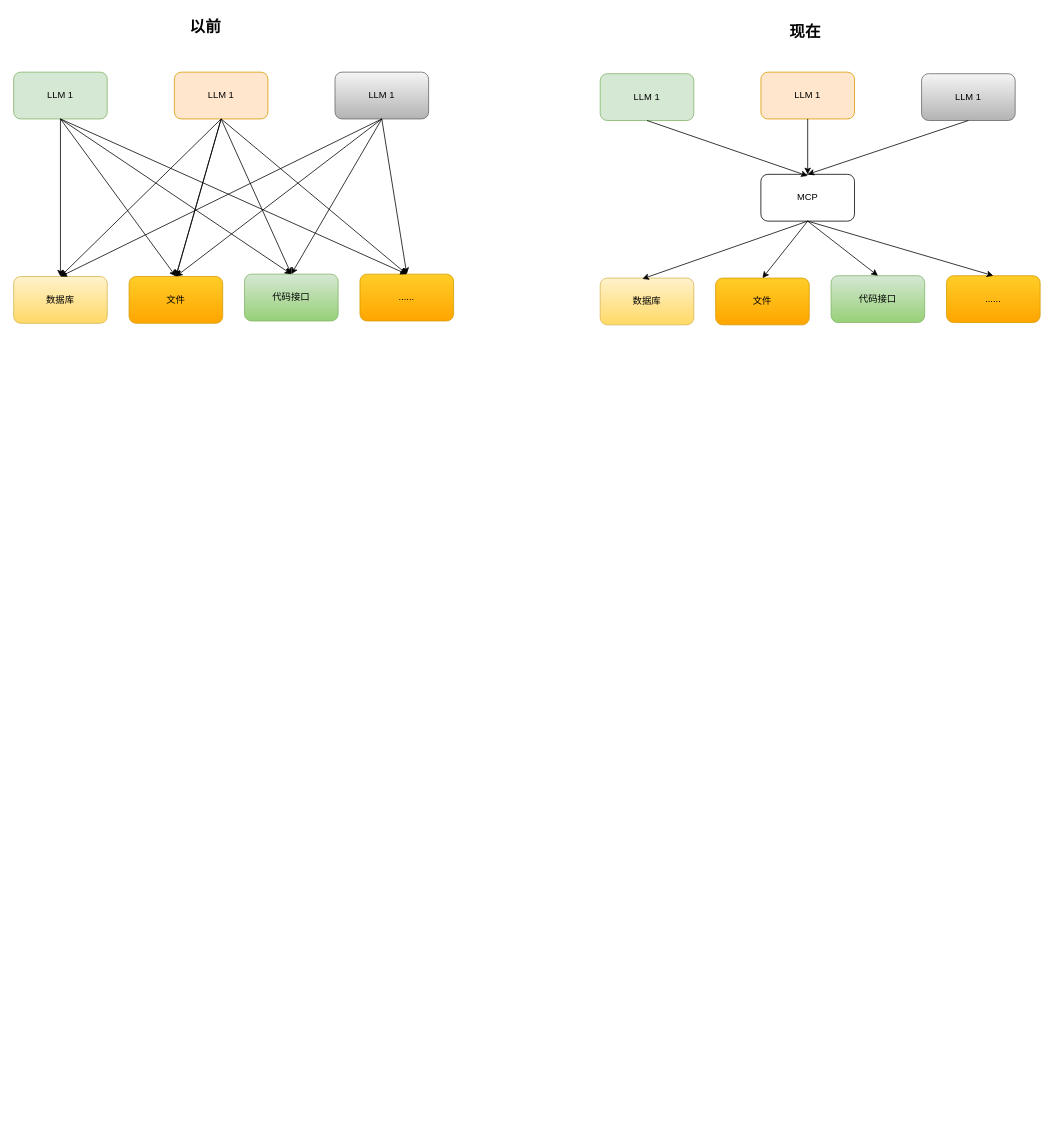
Before: blog/LLM.drawio in began-zhao/studydraw, a draw.io diagram. Source tidied: cells renumbered, new cells numbered last; positions are measured from the earlier drawing's top-left corner, leaving out a move shared by most shapes. Both pictures are drawn from the tidied source at 78%, with x=0, y=0 at pixel (13, 13).
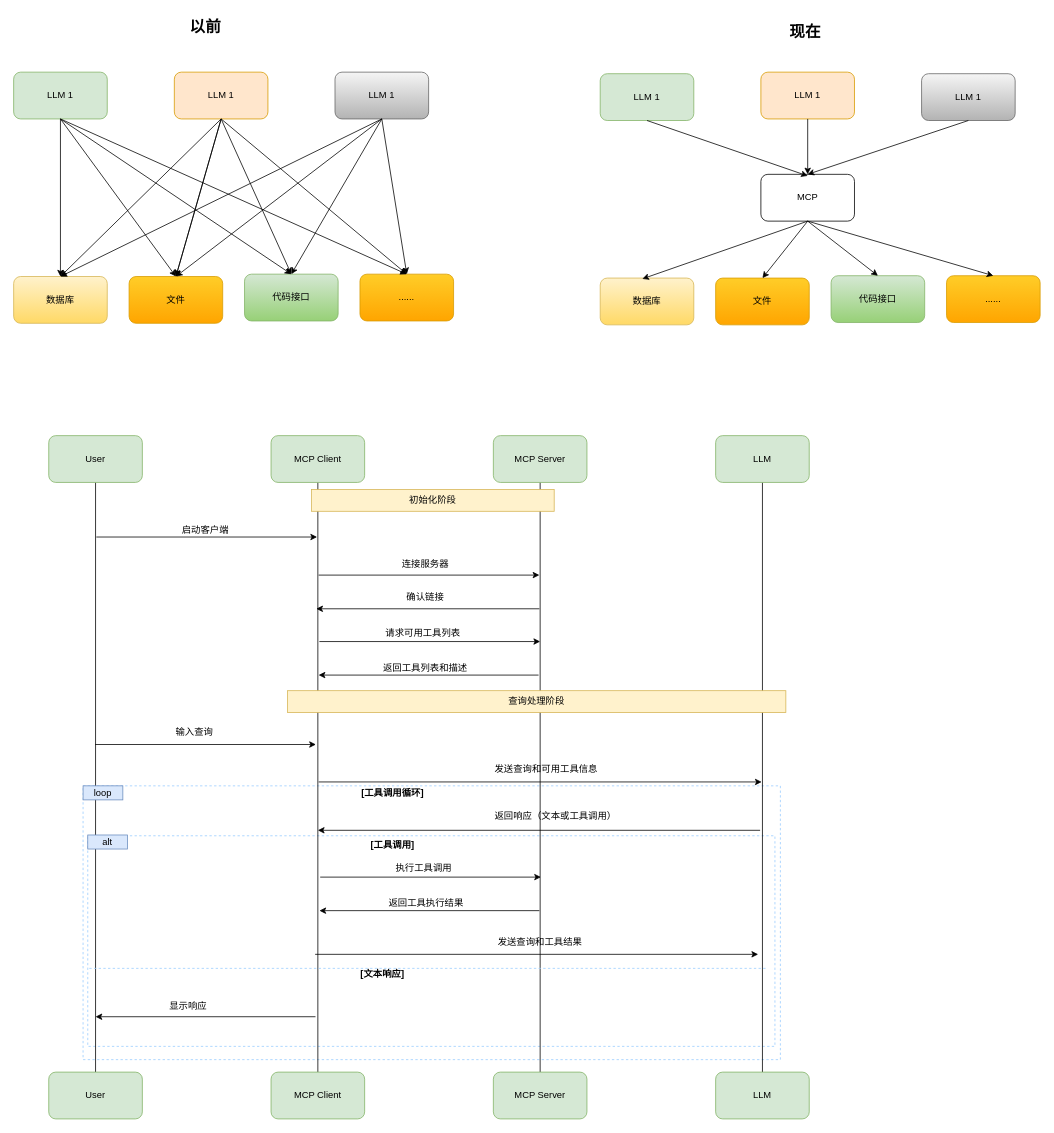
After the change.

What changed in the source:
```diff
@@
+    <mxCell id="39" style="rounded=0;whiteSpace=wrap;html=1;fillColor=none;dashed=1;strokeColor=#99CCFF;" parent="1" vertex="1">
+      <mxGeometry x="89" y="990" width="894" height="351" as="geometry" />
+    </mxCell>
+    <mxCell id="40" style="rounded=0;whiteSpace=wrap;html=1;fillColor=none;dashed=1;strokeColor=#99CCFF;" parent="1" vertex="1">
+      <mxGeometry x="95" y="1054" width="881" height="270" as="geometry" />
+    </mxCell>
@@
+    <mxCell id="41" style="rounded=0;jettySize=auto;html=1;exitX=0.5;exitY=1;exitDx=0;exitDy=0;entryX=0.5;entryY=0;entryDx=0;entryDy=0;endArrow=none;endFill=0;" parent="1" edge="1" source="42" target="49">
+      <mxGeometry relative="1" as="geometry" />
+    </mxCell>
+    <mxCell id="42" value="User" style="rounded=1;whiteSpace=wrap;html=1;fillColor=#d5e8d4;strokeColor=#82b366;" parent="1" vertex="1">
+      <mxGeometry x="45" y="541" width="120" height="60" as="geometry" />
+    </mxCell>
+    <mxCell id="43" style="edgeStyle=orthogonalEdgeStyle;rounded=0;jettySize=auto;html=1;endArrow=none;endFill=0;" parent="1" edge="1" source="44" target="50">
+      <mxGeometry relative="1" as="geometry" />
+    </mxCell>
+    <mxCell id="44" value="MCP Client" style="rounded=1;whiteSpace=wrap;html=1;fillColor=#d5e8d4;strokeColor=#82b366;" parent="1" vertex="1">
+      <mxGeometry x="330" y="541" width="120" height="60" as="geometry" />
+    </mxCell>
+    <mxCell id="45" style="edgeStyle=orthogonalEdgeStyle;rounded=0;jettySize=auto;html=1;endArrow=none;endFill=0;" parent="1" edge="1" source="46" target="51">
+      <mxGeometry relative="1" as="geometry" />
+    </mxCell>
+    <mxCell id="46" value="MCP Server" style="rounded=1;whiteSpace=wrap;html=1;fillColor=#d5e8d4;strokeColor=#82b366;" parent="1" vertex="1">
+      <mxGeometry x="615" y="541" width="120" height="60" as="geometry" />
+    </mxCell>
+    <mxCell id="47" style="edgeStyle=orthogonalEdgeStyle;rounded=0;jettySize=auto;html=1;endArrow=none;endFill=0;" parent="1" edge="1" source="48" target="52">
+      <mxGeometry relative="1" as="geometry" />
+    </mxCell>
+    <mxCell id="48" value="LLM" style="rounded=1;whiteSpace=wrap;html=1;fillColor=#d5e8d4;strokeColor=#82b366;" parent="1" vertex="1">
+      <mxGeometry x="900" y="541" width="120" height="60" as="geometry" />
+    </mxCell>
+    <mxCell id="49" value="User" style="rounded=1;whiteSpace=wrap;html=1;fillColor=#d5e8d4;strokeColor=#82b366;" parent="1" vertex="1">
+      <mxGeometry x="45" y="1357" width="120" height="60" as="geometry" />
+    </mxCell>
+    <mxCell id="50" value="MCP Client" style="rounded=1;whiteSpace=wrap;html=1;fillColor=#d5e8d4;strokeColor=#82b366;" parent="1" vertex="1">
+      <mxGeometry x="330" y="1357" width="120" height="60" as="geometry" />
+    </mxCell>
+    <mxCell id="51" value="MCP Server" style="rounded=1;whiteSpace=wrap;html=1;fillColor=#d5e8d4;strokeColor=#82b366;" parent="1" vertex="1">
+      <mxGeometry x="615" y="1357" width="120" height="60" as="geometry" />
+    </mxCell>
+    <mxCell id="52" value="LLM" style="rounded=1;whiteSpace=wrap;html=1;fillColor=#d5e8d4;strokeColor=#82b366;" parent="1" vertex="1">
+      <mxGeometry x="900" y="1357" width="120" height="60" as="geometry" />
+    </mxCell>
+    <mxCell id="53" style="endArrow=classic;html=1;rounded=0;" parent="1" edge="1">
+      <mxGeometry relative="1" as="geometry">
+        <mxPoint x="106" y="671" as="sourcePoint" />
+        <mxPoint x="389" y="671" as="targetPoint" />
+      </mxGeometry>
+    </mxCell>
+    <mxCell id="54" value="初始化阶段" style="rounded=0;whiteSpace=wrap;html=1;fillColor=#fff2cc;strokeColor=#d6b656;" parent="1" vertex="1">
+      <mxGeometry x="382" y="610" width="311" height="28" as="geometry" />
+    </mxCell>
+    <mxCell id="55" value="查询处理阶段" style="rounded=0;whiteSpace=wrap;html=1;fillColor=#fff2cc;strokeColor=#d6b656;" parent="1" vertex="1">
+      <mxGeometry x="351" y="868" width="639" height="28" as="geometry" />
+    </mxCell>
+    <mxCell id="56" value="启动客户端" style="text;html=1;align=center;verticalAlign=middle;whiteSpace=wrap;rounded=0;" parent="1" vertex="1">
+      <mxGeometry x="187" y="647" width="118" height="30" as="geometry" />
+    </mxCell>
+    <mxCell id="57" style="endArrow=classic;html=1;rounded=0;" parent="1" edge="1">
+      <mxGeometry relative="1" as="geometry">
+        <mxPoint x="391" y="719.8" as="sourcePoint" />
+        <mxPoint x="674" y="719.8" as="targetPoint" />
+      </mxGeometry>
+    </mxCell>
+    <mxCell id="58" value="连接服务器" style="text;html=1;align=center;verticalAlign=middle;whiteSpace=wrap;rounded=0;" parent="1" vertex="1">
+      <mxGeometry x="469" y="691" width="118" height="30" as="geometry" />
+    </mxCell>
+    <mxCell id="59" style="endArrow=classic;html=1;rounded=0;startArrow=none;startFill=0;" parent="1" edge="1">
+      <mxGeometry relative="1" as="geometry">
+        <mxPoint x="674" y="763" as="sourcePoint" />
+        <mxPoint x="388" y="763" as="targetPoint" />
+      </mxGeometry>
+    </mxCell>
+    <mxCell id="60" style="endArrow=classic;html=1;rounded=0;" parent="1" edge="1">
+      <mxGeometry relative="1" as="geometry">
+        <mxPoint x="392" y="805" as="sourcePoint" />
+        <mxPoint x="675" y="805" as="targetPoint" />
+      </mxGeometry>
+    </mxCell>
+    <mxCell id="61" value="确认链接" style="text;html=1;align=center;verticalAlign=middle;whiteSpace=wrap;rounded=0;" parent="1" vertex="1">
+      <mxGeometry x="469" y="733" width="118" height="30" as="geometry" />
+    </mxCell>
+    <mxCell id="62" value="请求可用工具列表" style="text;html=1;align=center;verticalAlign=middle;whiteSpace=wrap;rounded=0;" parent="1" vertex="1">
+      <mxGeometry x="466" y="779" width="118" height="30" as="geometry" />
+    </mxCell>
+    <mxCell id="63" value="返回工具列表和描述" style="text;html=1;align=center;verticalAlign=middle;whiteSpace=wrap;rounded=0;" parent="1" vertex="1">
+      <mxGeometry x="469" y="824" width="118" height="30" as="geometry" />
+    </mxCell>
+    <mxCell id="64" style="endArrow=classic;html=1;rounded=0;startArrow=none;startFill=0;" parent="1" edge="1">
+      <mxGeometry relative="1" as="geometry">
+        <mxPoint x="673" y="848" as="sourcePoint" />
+        <mxPoint x="391" y="848" as="targetPoint" />
+      </mxGeometry>
+    </mxCell>
+    <mxCell id="65" style="endArrow=classic;html=1;rounded=0;" parent="1" edge="1">
+      <mxGeometry relative="1" as="geometry">
+        <mxPoint x="104.5" y="937" as="sourcePoint" />
+        <mxPoint x="387.5" y="937" as="targetPoint" />
+      </mxGeometry>
+    </mxCell>
+    <mxCell id="66" style="endArrow=classic;html=1;rounded=0;" parent="1" edge="1">
+      <mxGeometry relative="1" as="geometry">
+        <mxPoint x="391" y="985" as="sourcePoint" />
+        <mxPoint x="959" y="985" as="targetPoint" />
+      </mxGeometry>
+    </mxCell>
+    <mxCell id="67" style="endArrow=classic;html=1;rounded=0;startArrow=none;startFill=0;" parent="1" edge="1">
+      <mxGeometry relative="1" as="geometry">
+        <mxPoint x="957" y="1047" as="sourcePoint" />
+        <mxPoint x="390" y="1047" as="targetPoint" />
+      </mxGeometry>
+    </mxCell>
+    <mxCell id="68" style="endArrow=classic;html=1;rounded=0;" parent="1" edge="1">
+      <mxGeometry relative="1" as="geometry">
+        <mxPoint x="393" y="1107" as="sourcePoint" />
+        <mxPoint x="676" y="1107" as="targetPoint" />
+      </mxGeometry>
+    </mxCell>
+    <mxCell id="69" value="执行工具调用" style="text;html=1;align=center;verticalAlign=middle;whiteSpace=wrap;rounded=0;" parent="1" vertex="1">
+      <mxGeometry x="467" y="1081" width="118" height="30" as="geometry" />
+    </mxCell>
+    <mxCell id="70" value="返回工具执行结果" style="text;html=1;align=center;verticalAlign=middle;whiteSpace=wrap;rounded=0;" parent="1" vertex="1">
+      <mxGeometry x="470" y="1126" width="118" height="30" as="geometry" />
+    </mxCell>
+    <mxCell id="71" style="endArrow=classic;html=1;rounded=0;startArrow=none;startFill=0;" parent="1" edge="1">
+      <mxGeometry relative="1" as="geometry">
+        <mxPoint x="674" y="1150" as="sourcePoint" />
+        <mxPoint x="392" y="1150" as="targetPoint" />
+      </mxGeometry>
+    </mxCell>
+    <mxCell id="72" style="endArrow=classic;html=1;rounded=0;" parent="1" edge="1">
+      <mxGeometry relative="1" as="geometry">
+        <mxPoint x="386.5" y="1206" as="sourcePoint" />
+        <mxPoint x="954.5" y="1206" as="targetPoint" />
+      </mxGeometry>
+    </mxCell>
+    <mxCell id="73" style="endArrow=classic;html=1;rounded=0;startArrow=none;startFill=0;" parent="1" edge="1">
+      <mxGeometry relative="1" as="geometry">
+        <mxPoint x="387" y="1286" as="sourcePoint" />
+        <mxPoint x="105" y="1286" as="targetPoint" />
+      </mxGeometry>
+    </mxCell>
+    <mxCell id="74" value="输入查询" style="text;html=1;align=center;verticalAlign=middle;whiteSpace=wrap;rounded=0;" parent="1" vertex="1">
+      <mxGeometry x="173" y="906" width="118" height="30" as="geometry" />
+    </mxCell>
+    <mxCell id="75" value="发送查询和可用工具信息" style="text;html=1;align=center;verticalAlign=middle;whiteSpace=wrap;rounded=0;" parent="1" vertex="1">
+      <mxGeometry x="611.5" y="954" width="141.5" height="30" as="geometry" />
+    </mxCell>
+    <mxCell id="76" value="[工具调用循环]" style="text;html=1;align=center;verticalAlign=middle;whiteSpace=wrap;rounded=0;fontStyle=1;" parent="1" vertex="1">
+      <mxGeometry x="427" y="984" width="118" height="30" as="geometry" />
+    </mxCell>
+    <mxCell id="77" value="返回响应（文本或工具调用）" style="text;html=1;align=center;verticalAlign=middle;whiteSpace=wrap;rounded=0;" parent="1" vertex="1">
+      <mxGeometry x="610.5" y="1014" width="167.5" height="30" as="geometry" />
+    </mxCell>
+    <mxCell id="78" value="[工具调用]" style="text;html=1;align=center;verticalAlign=middle;whiteSpace=wrap;rounded=0;fontStyle=1;" parent="1" vertex="1">
+      <mxGeometry x="427" y="1051" width="118" height="30" as="geometry" />
+    </mxCell>
+    <mxCell id="79" value="[文本响应]" style="text;html=1;align=center;verticalAlign=middle;whiteSpace=wrap;rounded=0;fontStyle=1;" parent="1" vertex="1">
+      <mxGeometry x="414" y="1217" width="118" height="30" as="geometry" />
+    </mxCell>
+    <mxCell id="80" value="loop" style="rounded=0;whiteSpace=wrap;html=1;fillColor=#dae8fc;strokeColor=#6c8ebf;" parent="1" vertex="1">
+      <mxGeometry x="89" y="990" width="51" height="18" as="geometry" />
+    </mxCell>
+    <mxCell id="81" value="alt" style="rounded=0;whiteSpace=wrap;html=1;fillColor=#dae8fc;strokeColor=#6c8ebf;" parent="1" vertex="1">
+      <mxGeometry x="95" y="1053" width="51" height="18" as="geometry" />
+    </mxCell>
+    <mxCell id="82" value="发送查询和工具结果" style="text;html=1;align=center;verticalAlign=middle;whiteSpace=wrap;rounded=0;" parent="1" vertex="1">
+      <mxGeometry x="616" y="1176" width="118" height="30" as="geometry" />
+    </mxCell>
+    <mxCell id="83" value="显示响应" style="text;html=1;align=center;verticalAlign=middle;whiteSpace=wrap;rounded=0;" parent="1" vertex="1">
+      <mxGeometry x="165" y="1258" width="118" height="30" as="geometry" />
+    </mxCell>
+    <mxCell id="84" style="endArrow=none;dashed=1;html=1;strokeWidth=1;rounded=0;exitX=0.004;exitY=0.663;exitDx=0;exitDy=0;exitPerimeter=0;strokeColor=#99CCFF;" parent="1" edge="1">
+      <mxGeometry relative="1" as="geometry">
+        <mxPoint x="97" y="1224" as="sourcePoint" />
+        <mxPoint x="967" y="1224" as="targetPoint" />
+      </mxGeometry>
+    </mxCell>
```
